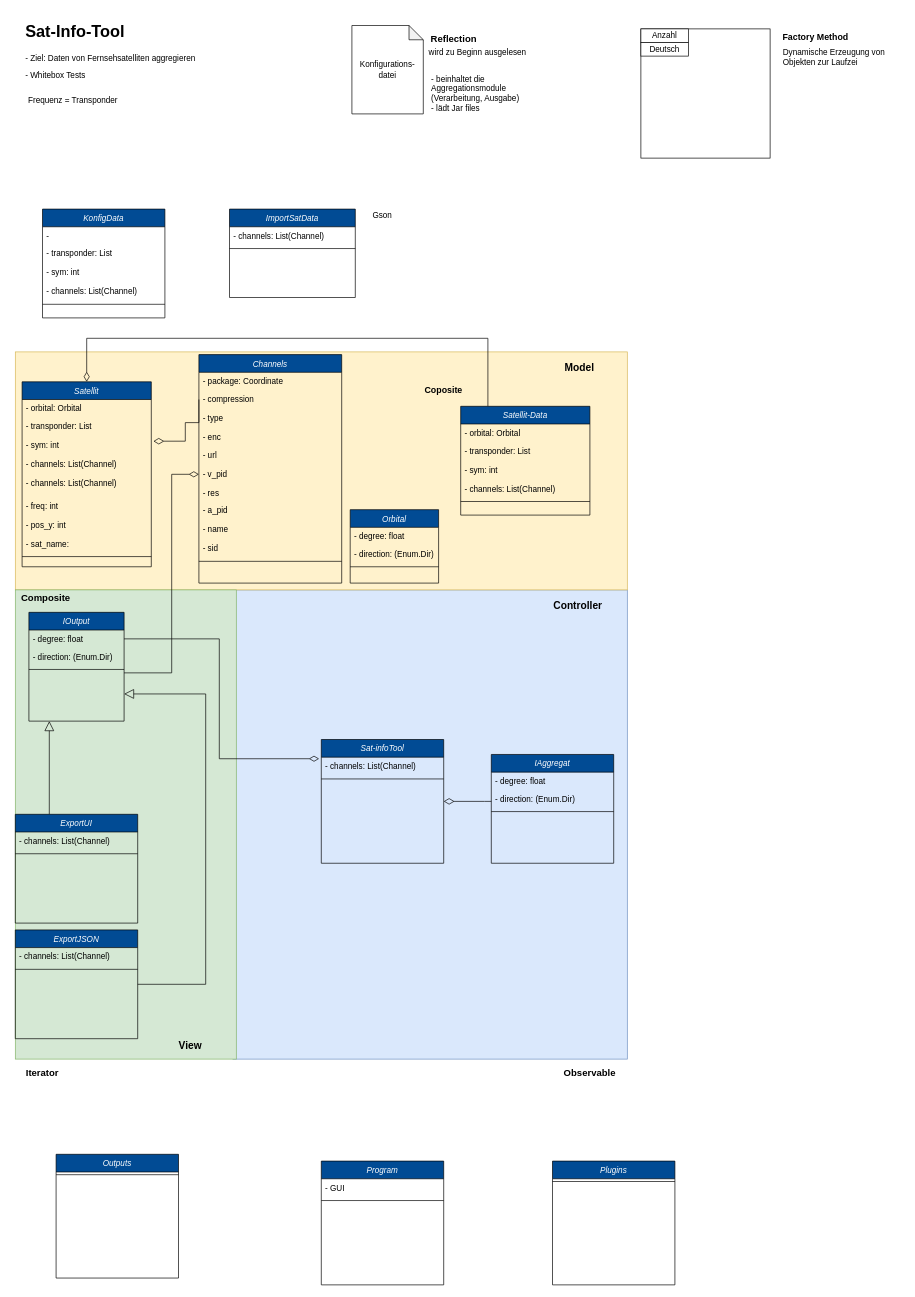
AndelasOne/Sat-Info-Tool keeps this draw.io diagram as Sat-Info-Tool.drawio. Above is the earlier version. Source tidied: cells renumbered, new cells numbered last; positions are measured from the earlier drawing's top-left corner, leaving out a move shared by most shapes. Both pictures are drawn from the tidied source at 68%, with x=0, y=0 at pixel (12, 18).
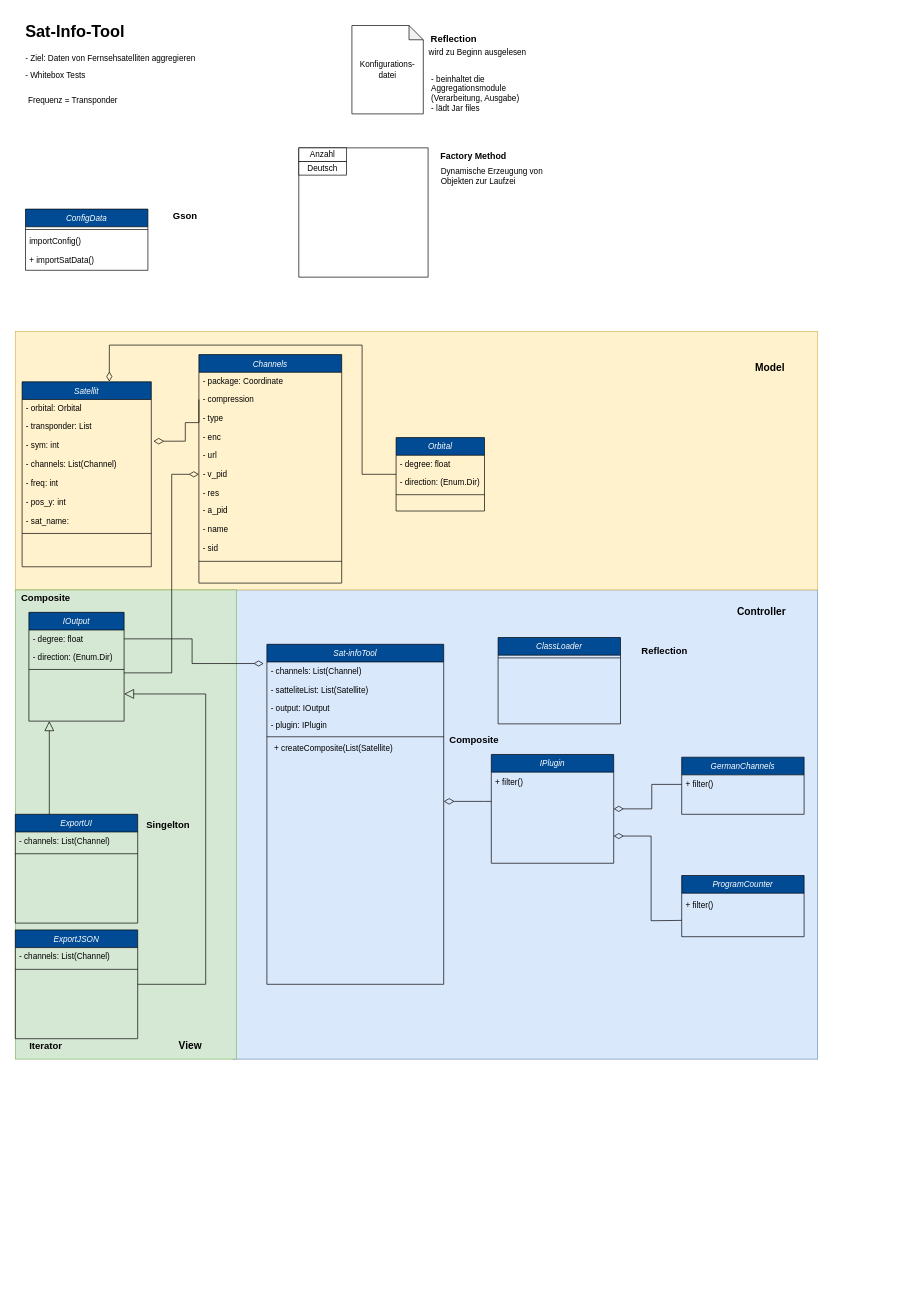
After the change.

Unchanged cells that the change refers to:
```xml
<mxCell id="18" value="Satellit" style="swimlane;fontStyle=2;align=center;verticalAlign=top;horizontal=1;startSize=26;rounded=0;shadow=0;strokeWidth=1;fillColor=#014B94;fontColor=#FFFFFF;" parent="1" vertex="1">
  <mxGeometry x="15" y="534" width="190" height="272" as="geometry" />
</mxCell>
```

Diff of the diagram source:
```diff
@@
     <mxCell id="2" style="rounded=0;whiteSpace=wrap;html=1;fillColor=#dae8fc;strokeColor=#6c8ebf;" parent="1" vertex="1">
-      <mxGeometry x="325" y="840" width="580" height="690" as="geometry" />
+      <mxGeometry x="325" y="840" width="860" height="690" as="geometry" />
     </mxCell>
     <mxCell id="3" style="rounded=0;whiteSpace=wrap;html=1;fillColor=#fff2cc;strokeColor=#d6b656;" parent="1" vertex="1">
-      <mxGeometry x="5" y="490" width="900" height="350" as="geometry" />
+      <mxGeometry x="5" y="460" width="1180" height="380" as="geometry" />
     </mxCell>
@@
-    <mxCell id="23" value="- channels: List(Channel)" style="text;align=left;verticalAlign=top;spacingLeft=4;spacingRight=4;overflow=hidden;rounded=0;shadow=0;html=0;" parent="18" vertex="1">
-      <mxGeometry y="136" width="190" height="34" as="geometry" />
-    </mxCell>
     <mxCell id="24" value="- freq: int" style="text;align=left;verticalAlign=top;spacingLeft=4;spacingRight=4;overflow=hidden;rounded=0;shadow=0;html=0;" parent="18" vertex="1">
-      <mxGeometry y="170" width="190" height="28" as="geometry" />
+      <mxGeometry y="136" width="190" height="28" as="geometry" />
     </mxCell>
     <mxCell id="25" value="- pos_y: int" style="text;align=left;verticalAlign=top;spacingLeft=4;spacingRight=4;overflow=hidden;rounded=0;shadow=0;html=0;" parent="18" vertex="1">
-      <mxGeometry y="198" width="190" height="28" as="geometry" />
+      <mxGeometry y="164" width="190" height="28" as="geometry" />
     </mxCell>
     <mxCell id="26" value="- sat_name:" style="text;align=left;verticalAlign=top;spacingLeft=4;spacingRight=4;overflow=hidden;" parent="18" vertex="1">
-      <mxGeometry y="226" width="190" height="26" as="geometry" />
+      <mxGeometry y="192" width="190" height="26" as="geometry" />
     </mxCell>
     <mxCell id="27" style="line;html=1;strokeWidth=1;align=left;verticalAlign=middle;spacingTop=-1;spacingLeft=3;spacingRight=3;labelPosition=right;" parent="18" vertex="1">
-      <mxGeometry y="252" width="190" height="10" as="geometry" />
+      <mxGeometry y="218" width="190" height="10" as="geometry" />
     </mxCell>
@@
+    <mxCell id="96" style="edgeStyle=orthogonalEdgeStyle;rounded=0;jettySize=auto;html=1;entryX=0.675;entryY=-0.001;entryDx=0;entryDy=0;entryPerimeter=0;endArrow=diamondThin;endFill=0;endSize=12;strokeWidth=1;" parent="1" edge="1" source="29" target="18">
+      <mxGeometry relative="1" as="geometry">
+        <Array as="points">
+          <mxPoint x="515" y="670" />
+          <mxPoint x="515" y="480" />
+          <mxPoint x="143" y="480" />
+        </Array>
+      </mxGeometry>
+    </mxCell>
     <mxCell id="29" value="Orbital" style="swimlane;fontStyle=2;align=center;verticalAlign=top;horizontal=1;startSize=26;rounded=0;shadow=0;strokeWidth=1;fillColor=#014B94;fontColor=#FFFFFF;" parent="1" vertex="1">
-      <mxGeometry x="497.5" y="722" width="130" height="108" as="geometry" />
+      <mxGeometry x="565" y="616" width="130" height="108" as="geometry" />
     </mxCell>
@@
-    <mxCell id="38" value="KonfigData" style="swimlane;fontStyle=2;align=center;verticalAlign=top;horizontal=1;startSize=26;rounded=0;shadow=0;strokeWidth=1;fillColor=#014B94;fontColor=#FFFFFF;" parent="1" vertex="1">
-      <mxGeometry x="45" y="280" width="180" height="160" as="geometry" />
+    <mxCell id="38" value="ConfigData" style="swimlane;fontStyle=2;align=center;verticalAlign=top;horizontal=1;startSize=26;rounded=0;shadow=0;strokeWidth=1;fillColor=#014B94;fontColor=#FFFFFF;" parent="1" vertex="1">
+      <mxGeometry x="20" y="280" width="180" height="90" as="geometry" />
     </mxCell>
-    <mxCell id="39" value="- " style="text;align=left;verticalAlign=top;spacingLeft=4;spacingRight=4;overflow=hidden;" parent="38" vertex="1">
-      <mxGeometry y="26" width="180" height="26" as="geometry" />
-    </mxCell>
-    <mxCell id="40" value="- transponder: List" style="text;align=left;verticalAlign=top;spacingLeft=4;spacingRight=4;overflow=hidden;rounded=0;shadow=0;html=0;" parent="38" vertex="1">
-      <mxGeometry y="52" width="180" height="28" as="geometry" />
-    </mxCell>
-    <mxCell id="41" value="- sym: int" style="text;align=left;verticalAlign=top;spacingLeft=4;spacingRight=4;overflow=hidden;rounded=0;shadow=0;html=0;" parent="38" vertex="1">
-      <mxGeometry y="80" width="180" height="28" as="geometry" />
-    </mxCell>
-    <mxCell id="42" value="- channels: List(Channel)" style="text;align=left;verticalAlign=top;spacingLeft=4;spacingRight=4;overflow=hidden;rounded=0;shadow=0;html=0;" parent="38" vertex="1">
-      <mxGeometry y="108" width="180" height="28" as="geometry" />
-    </mxCell>
     <mxCell id="43" style="line;html=1;strokeWidth=1;align=left;verticalAlign=middle;spacingTop=-1;spacingLeft=3;spacingRight=3;labelPosition=right;" parent="38" vertex="1">
-      <mxGeometry y="136" width="180" height="8" as="geometry" />
+      <mxGeometry y="26" width="180" height="8" as="geometry" />
     </mxCell>
+    <mxCell id="79" value="importConfig()" style="text;align=left;verticalAlign=top;spacingLeft=4;spacingRight=4;overflow=hidden;rounded=0;shadow=0;html=0;" parent="38" vertex="1">
+      <mxGeometry y="34" width="180" height="28" as="geometry" />
+    </mxCell>
+    <mxCell id="97" value="+ importSatData()" style="text;align=left;verticalAlign=top;spacingLeft=4;spacingRight=4;overflow=hidden;rounded=0;shadow=0;html=0;" parent="38" vertex="1">
+      <mxGeometry y="62" width="180" height="28" as="geometry" />
+    </mxCell>
     <mxCell id="44" value="Sat-infoTool" style="swimlane;fontStyle=2;align=center;verticalAlign=top;horizontal=1;startSize=26;rounded=0;shadow=0;strokeWidth=1;fillColor=#014B94;fontColor=#FFFFFF;" parent="1" vertex="1">
-      <mxGeometry x="455" y="1060" width="180" height="182" as="geometry" />
+      <mxGeometry x="375" y="920" width="260" height="500" as="geometry" />
     </mxCell>
     <mxCell id="45" value="- channels: List(Channel)" style="text;align=left;verticalAlign=top;spacingLeft=4;spacingRight=4;overflow=hidden;points=[[0,0.5],[1,0.5]];portConstraint=eastwest;rounded=0;shadow=0;html=0;" parent="44" vertex="1">
-      <mxGeometry y="26" width="180" height="28" as="geometry" />
+      <mxGeometry y="26" width="260" height="28" as="geometry" />
     </mxCell>
+    <mxCell id="57" value="- satteliteList: List(Satellite)" style="text;align=left;verticalAlign=top;spacingLeft=4;spacingRight=4;overflow=hidden;" parent="44" vertex="1">
+      <mxGeometry y="54" width="260" height="26" as="geometry" />
+    </mxCell>
+    <mxCell id="98" value="- output: IOutput" style="text;align=left;verticalAlign=top;spacingLeft=4;spacingRight=4;overflow=hidden;" parent="44" vertex="1">
+      <mxGeometry y="80" width="260" height="26" as="geometry" />
+    </mxCell>
+    <mxCell id="99" value="- plugin: IPlugin" style="text;align=left;verticalAlign=top;spacingLeft=4;spacingRight=4;overflow=hidden;" parent="44" vertex="1">
+      <mxGeometry y="106" width="260" height="26" as="geometry" />
+    </mxCell>
     <mxCell id="46" style="line;html=1;strokeWidth=1;align=left;verticalAlign=middle;spacingTop=-1;spacingLeft=3;spacingRight=3;labelPosition=right;" parent="44" vertex="1">
-      <mxGeometry y="54" width="180" height="8" as="geometry" />
+      <mxGeometry y="132" width="260" height="8" as="geometry" />
     </mxCell>
@@
-    <mxCell id="55" style="edgeStyle=orthogonalEdgeStyle;rounded=0;jettySize=auto;html=1;entryX=0.5;entryY=0;entryDx=0;entryDy=0;endArrow=diamondThin;endFill=0;endSize=12;strokeWidth=1;" parent="1" edge="1" source="56" target="18">
-      <mxGeometry relative="1" as="geometry">
-        <Array as="points">
-          <mxPoint x="700" y="470" />
-          <mxPoint x="110" y="470" />
-        </Array>
-      </mxGeometry>
-    </mxCell>
-    <mxCell id="56" value="Satellit-Data" style="swimlane;fontStyle=2;align=center;verticalAlign=top;horizontal=1;startSize=26;rounded=0;shadow=0;strokeWidth=1;fillColor=#014B94;fontColor=#FFFFFF;" parent="1" vertex="1">
-      <mxGeometry x="660" y="570" width="190" height="160" as="geometry" />
-    </mxCell>
-    <mxCell id="57" value="- orbital: Orbital" style="text;align=left;verticalAlign=top;spacingLeft=4;spacingRight=4;overflow=hidden;" parent="56" vertex="1">
-      <mxGeometry y="26" width="190" height="26" as="geometry" />
-    </mxCell>
-    <mxCell id="58" value="- transponder: List" style="text;align=left;verticalAlign=top;spacingLeft=4;spacingRight=4;overflow=hidden;rounded=0;shadow=0;html=0;" parent="56" vertex="1">
-      <mxGeometry y="52" width="190" height="28" as="geometry" />
-    </mxCell>
-    <mxCell id="59" value="- sym: int" style="text;align=left;verticalAlign=top;spacingLeft=4;spacingRight=4;overflow=hidden;rounded=0;shadow=0;html=0;" parent="56" vertex="1">
-      <mxGeometry y="80" width="190" height="28" as="geometry" />
-    </mxCell>
-    <mxCell id="60" value="- channels: List(Channel)" style="text;align=left;verticalAlign=top;spacingLeft=4;spacingRight=4;overflow=hidden;rounded=0;shadow=0;html=0;" parent="56" vertex="1">
-      <mxGeometry y="108" width="190" height="28" as="geometry" />
-    </mxCell>
-    <mxCell id="61" style="line;html=1;strokeWidth=1;align=left;verticalAlign=middle;spacingTop=-1;spacingLeft=3;spacingRight=3;labelPosition=right;" parent="56" vertex="1">
-      <mxGeometry y="136" width="190" height="8" as="geometry" />
-    </mxCell>
     <mxCell id="62" style="whiteSpace=wrap;html=1;" parent="1" vertex="1">
-      <mxGeometry x="925" y="15" width="190" height="190" as="geometry" />
+      <mxGeometry x="422" y="190" width="190" height="190" as="geometry" />
     </mxCell>
     <mxCell id="63" value="Anzahl" style="rounded=0;whiteSpace=wrap;html=1;" parent="1" vertex="1">
-      <mxGeometry x="925" y="15" width="70" height="20" as="geometry" />
+      <mxGeometry x="422" y="190" width="70" height="20" as="geometry" />
     </mxCell>
     <mxCell id="64" value="Deutsch" style="rounded=0;whiteSpace=wrap;html=1;" parent="1" vertex="1">
-      <mxGeometry x="925" y="35" width="70" height="20" as="geometry" />
+      <mxGeometry x="422" y="210" width="70" height="20" as="geometry" />
     </mxCell>
-    <mxCell id="65" value="&lt;b&gt;&lt;font style=&quot;font-size: 13px&quot;&gt;Coposite&lt;/font&gt;&lt;/b&gt;" style="text;html=1;strokeColor=none;fillColor=none;align=center;verticalAlign=middle;whiteSpace=wrap;rounded=0;" parent="1" vertex="1">
-      <mxGeometry x="585" y="534" width="100" height="24" as="geometry" />
-    </mxCell>
     <mxCell id="66" value="&lt;b&gt;&lt;font style=&quot;font-size: 13px&quot;&gt;Factory Method&lt;/font&gt;&lt;/b&gt;" style="text;html=1;strokeColor=none;fillColor=none;align=center;verticalAlign=middle;whiteSpace=wrap;rounded=0;" parent="1" vertex="1">
-      <mxGeometry x="1132" y="15" width="100" height="24" as="geometry" />
+      <mxGeometry x="629" y="190" width="100" height="24" as="geometry" />
     </mxCell>
     <mxCell id="67" value="Dynamische Erzeugung von Objekten zur Laufzei" style="text;html=1;strokeColor=none;fillColor=none;align=left;verticalAlign=middle;whiteSpace=wrap;rounded=0;" parent="1" vertex="1">
-      <mxGeometry x="1132" y="35" width="180" height="44" as="geometry" />
+      <mxGeometry x="629" y="210" width="180" height="44" as="geometry" />
     </mxCell>
@@
-    <mxCell id="73" value="IAggregat" style="swimlane;fontStyle=2;align=center;verticalAlign=top;horizontal=1;startSize=26;rounded=0;shadow=0;strokeWidth=1;fillColor=#014B94;fontColor=#FFFFFF;" parent="1" vertex="1">
+    <mxCell id="73" value="IPlugin" style="swimlane;fontStyle=2;align=center;verticalAlign=top;horizontal=1;startSize=26;rounded=0;shadow=0;strokeWidth=1;fillColor=#014B94;fontColor=#FFFFFF;" parent="1" vertex="1">
       <mxGeometry x="705" y="1082" width="180" height="160" as="geometry" />
     </mxCell>
-    <mxCell id="74" value="- degree: float" style="text;align=left;verticalAlign=top;spacingLeft=4;spacingRight=4;overflow=hidden;" parent="73" vertex="1">
-      <mxGeometry y="26" width="180" height="26" as="geometry" />
-    </mxCell>
-    <mxCell id="75" value="- direction: (Enum.Dir)" style="text;align=left;verticalAlign=top;spacingLeft=4;spacingRight=4;overflow=hidden;points=[[0,0.5],[1,0.5]];portConstraint=eastwest;rounded=0;shadow=0;html=0;" parent="73" vertex="1">
-      <mxGeometry y="52" width="180" height="28" as="geometry" />
-    </mxCell>
-    <mxCell id="76" style="line;html=1;strokeWidth=1;align=left;verticalAlign=middle;spacingTop=-1;spacingLeft=3;spacingRight=3;labelPosition=right;" parent="73" vertex="1">
-      <mxGeometry y="80" width="180" height="8" as="geometry" />
-    </mxCell>
-    <mxCell id="77" value="Gson" style="text;html=1;strokeColor=none;fillColor=none;align=center;verticalAlign=middle;whiteSpace=wrap;rounded=0;" parent="1" vertex="1">
-      <mxGeometry x="525" y="280" width="40" height="20" as="geometry" />
+    <mxCell id="77" value="&lt;b&gt;&lt;font style=&quot;font-size: 14px&quot;&gt;Gson&lt;/font&gt;&lt;/b&gt;" style="text;html=1;strokeColor=none;fillColor=none;align=center;verticalAlign=middle;whiteSpace=wrap;rounded=0;" parent="1" vertex="1">
+      <mxGeometry x="235" y="280" width="40" height="20" as="geometry" />
     </mxCell>
-    <mxCell id="78" value="ImportSatData&#10;" style="swimlane;fontStyle=2;align=center;verticalAlign=top;horizontal=1;startSize=26;rounded=0;shadow=0;strokeWidth=1;fillColor=#014B94;fontColor=#FFFFFF;" parent="1" vertex="1">
-      <mxGeometry x="320" y="280" width="185" height="130" as="geometry" />
-    </mxCell>
-    <mxCell id="79" value="- channels: List(Channel)" style="text;align=left;verticalAlign=top;spacingLeft=4;spacingRight=4;overflow=hidden;rounded=0;shadow=0;html=0;" parent="78" vertex="1">
-      <mxGeometry y="26" width="185" height="28" as="geometry" />
-    </mxCell>
-    <mxCell id="80" style="line;html=1;strokeWidth=1;align=left;verticalAlign=middle;spacingTop=-1;spacingLeft=3;spacingRight=3;labelPosition=right;" parent="78" vertex="1">
-      <mxGeometry y="54" width="185" height="8" as="geometry" />
-    </mxCell>
     <mxCell id="81" value="&lt;font style=&quot;font-size: 15px&quot;&gt;&lt;b&gt;Controller&lt;/b&gt;&lt;/font&gt;" style="text;html=1;strokeColor=none;fillColor=none;align=center;verticalAlign=middle;whiteSpace=wrap;rounded=0;" parent="1" vertex="1">
-      <mxGeometry x="735" y="853" width="195" height="20" as="geometry" />
+      <mxGeometry x="1005" y="862" width="195" height="20" as="geometry" />
     </mxCell>
@@
     <mxCell id="83" value="&lt;span style=&quot;font-size: 15px&quot;&gt;&lt;b&gt;Model&lt;/b&gt;&lt;/span&gt;" style="text;html=1;strokeColor=none;fillColor=none;align=center;verticalAlign=middle;whiteSpace=wrap;rounded=0;" parent="1" vertex="1">
-      <mxGeometry x="765" y="502" width="140" height="20" as="geometry" />
+      <mxGeometry x="1045" y="502" width="140" height="20" as="geometry" />
     </mxCell>
@@
-    <mxCell id="85" value="&lt;span style=&quot;font-size: 14px&quot;&gt;&lt;b&gt;Observable&lt;/b&gt;&lt;/span&gt;" style="text;html=1;strokeColor=none;fillColor=none;align=center;verticalAlign=middle;whiteSpace=wrap;rounded=0;" parent="1" vertex="1">
-      <mxGeometry x="805" y="1540" width="90" height="20" as="geometry" />
-    </mxCell>
     <mxCell id="86" value="&lt;b&gt;&lt;font style=&quot;font-size: 14px&quot;&gt;Iterator&lt;/font&gt;&lt;/b&gt;" style="text;html=1;strokeColor=none;fillColor=none;align=center;verticalAlign=middle;whiteSpace=wrap;rounded=0;" parent="1" vertex="1">
-      <mxGeometry y="1540" width="90" height="20" as="geometry" />
+      <mxGeometry x="5" y="1500" width="90" height="20" as="geometry" />
     </mxCell>
@@
-    <mxCell id="88" style="edgeStyle=orthogonalEdgeStyle;rounded=0;jumpSize=11;jettySize=auto;html=1;entryX=1;entryY=0.5;entryDx=0;entryDy=0;endArrow=diamondThin;endFill=0;targetPerimeterSpacing=5;strokeWidth=1;sourcePerimeterSpacing=0;endSize=13;" parent="1" edge="1" source="75" target="44">
+    <mxCell id="88" style="edgeStyle=orthogonalEdgeStyle;rounded=0;jumpSize=11;orthogonalLoop=1;jettySize=auto;html=1;endArrow=diamondThin;endFill=0;targetPerimeterSpacing=5;strokeWidth=1;sourcePerimeterSpacing=0;endSize=13;" parent="1" edge="1">
       <mxGeometry relative="1" as="geometry">
+        <mxPoint x="705" y="1151" as="sourcePoint" />
+        <mxPoint x="635" y="1151" as="targetPoint" />
         <Array as="points">
           <mxPoint x="695" y="1151" />
           <mxPoint x="695" y="1151" />
         </Array>
       </mxGeometry>
     </mxCell>
-    <mxCell id="89" value="Program" style="swimlane;fontStyle=2;align=center;verticalAlign=top;horizontal=1;startSize=26;rounded=0;shadow=0;strokeWidth=1;fillColor=#014B94;fontColor=#FFFFFF;" parent="1" vertex="1">
-      <mxGeometry x="455" y="1680" width="180" height="182" as="geometry" />
-    </mxCell>
-    <mxCell id="90" value="- GUI" style="text;align=left;verticalAlign=top;spacingLeft=4;spacingRight=4;overflow=hidden;rounded=0;shadow=0;html=0;" parent="89" vertex="1">
-      <mxGeometry y="26" width="180" height="28" as="geometry" />
-    </mxCell>
-    <mxCell id="91" style="line;html=1;strokeWidth=1;align=left;verticalAlign=middle;spacingTop=-1;spacingLeft=3;spacingRight=3;labelPosition=right;" parent="89" vertex="1">
-      <mxGeometry y="54" width="180" height="8" as="geometry" />
-    </mxCell>
-    <mxCell id="92" value="Plugins" style="swimlane;fontStyle=2;align=center;verticalAlign=top;horizontal=1;startSize=26;rounded=0;shadow=0;strokeWidth=1;fillColor=#014B94;fontColor=#FFFFFF;" parent="1" vertex="1">
-      <mxGeometry x="795" y="1680" width="180" height="182" as="geometry" />
+    <mxCell id="92" value="ClassLoader" style="swimlane;fontStyle=2;align=center;verticalAlign=top;horizontal=1;startSize=26;rounded=0;shadow=0;strokeWidth=1;fillColor=#014B94;fontColor=#FFFFFF;" parent="1" vertex="1">
+      <mxGeometry x="715" y="910" width="180" height="127" as="geometry" />
     </mxCell>
@@
-    <mxCell id="94" value="Outputs" style="swimlane;fontStyle=2;align=center;verticalAlign=top;horizontal=1;startSize=26;rounded=0;shadow=0;strokeWidth=1;fillColor=#014B94;fontColor=#FFFFFF;" parent="1" vertex="1">
-      <mxGeometry x="65" y="1670" width="180" height="182" as="geometry" />
-    </mxCell>
-    <mxCell id="95" style="line;html=1;strokeWidth=1;align=left;verticalAlign=middle;spacingTop=-1;spacingLeft=3;spacingRight=3;labelPosition=right;" parent="94" vertex="1">
-      <mxGeometry y="26" width="180" height="8" as="geometry" />
-    </mxCell>
+    <mxCell id="100" value="&lt;b&gt;&lt;font style=&quot;font-size: 14px&quot;&gt;Composite&lt;/font&gt;&lt;/b&gt;" style="text;html=1;strokeColor=none;fillColor=none;align=center;verticalAlign=middle;whiteSpace=wrap;rounded=0;" parent="1" vertex="1">
+      <mxGeometry x="635" y="1050" width="90" height="20" as="geometry" />
+    </mxCell>
+    <mxCell id="101" value="GermanChannels" style="swimlane;fontStyle=2;align=center;verticalAlign=top;horizontal=1;startSize=26;rounded=0;shadow=0;strokeWidth=1;fillColor=#014B94;fontColor=#FFFFFF;" parent="1" vertex="1">
+      <mxGeometry x="985" y="1086" width="180" height="84" as="geometry" />
+    </mxCell>
+    <mxCell id="102" value="+ filter()" style="text;align=left;verticalAlign=top;spacingLeft=4;spacingRight=4;overflow=hidden;" parent="101" vertex="1">
+      <mxGeometry y="26" width="180" height="26" as="geometry" />
+    </mxCell>
+    <mxCell id="103" value="ProgramCounter" style="swimlane;fontStyle=2;align=center;verticalAlign=top;horizontal=1;startSize=26;rounded=0;shadow=0;strokeWidth=1;fillColor=#014B94;fontColor=#FFFFFF;" parent="1" vertex="1">
+      <mxGeometry x="985" y="1260" width="180" height="90" as="geometry" />
+    </mxCell>
+    <mxCell id="104" style="edgeStyle=orthogonalEdgeStyle;rounded=0;jettySize=auto;html=1;endSize=12;endArrow=diamondThin;endFill=0;entryX=1;entryY=0.5;entryDx=0;entryDy=0;" parent="1" edge="1" target="73">
+      <mxGeometry relative="1" as="geometry">
+        <mxPoint x="985" y="1126" as="sourcePoint" />
+        <Array as="points">
+          <mxPoint x="941" y="1126" />
+          <mxPoint x="941" y="1162" />
+        </Array>
+      </mxGeometry>
+    </mxCell>
+    <mxCell id="105" style="edgeStyle=orthogonalEdgeStyle;rounded=0;jettySize=auto;html=1;exitX=0;exitY=0.5;exitDx=0;exitDy=0;entryX=1;entryY=0.75;entryDx=0;entryDy=0;endArrow=diamondThin;endFill=0;strokeWidth=1;endSize=12;" parent="1" edge="1" target="73">
+      <mxGeometry relative="1" as="geometry">
+        <mxPoint x="985" y="1326" as="sourcePoint" />
+      </mxGeometry>
+    </mxCell>
+    <mxCell id="106" value="+ createComposite(List(Satellite)" style="text;align=left;verticalAlign=top;spacingLeft=4;spacingRight=4;overflow=hidden;" parent="1" vertex="1">
+      <mxGeometry x="380" y="1060" width="250" height="26" as="geometry" />
+    </mxCell>
+    <mxCell id="107" value="+ filter()" style="text;align=left;verticalAlign=top;spacingLeft=4;spacingRight=4;overflow=hidden;rounded=0;shadow=0;html=0;" parent="1" vertex="1">
+      <mxGeometry x="705" y="1110" width="180" height="28" as="geometry" />
+    </mxCell>
+    <mxCell id="108" value="+ filter()" style="text;align=left;verticalAlign=top;spacingLeft=4;spacingRight=4;overflow=hidden;" parent="1" vertex="1">
+      <mxGeometry x="985" y="1290" width="180" height="26" as="geometry" />
+    </mxCell>
+    <mxCell id="109" value="&lt;b&gt;&lt;font style=&quot;font-size: 14px&quot;&gt;Singelton&lt;/font&gt;&lt;/b&gt;" style="text;html=1;strokeColor=none;fillColor=none;align=center;verticalAlign=middle;whiteSpace=wrap;rounded=0;" parent="1" vertex="1">
+      <mxGeometry x="185" y="1175" width="90" height="20" as="geometry" />
+    </mxCell>
+    <mxCell id="110" value="&lt;b&gt;&lt;font style=&quot;font-size: 14px&quot;&gt;Reflection&lt;/font&gt;&lt;/b&gt;" style="text;html=1;strokeColor=none;fillColor=none;align=center;verticalAlign=middle;whiteSpace=wrap;rounded=0;" parent="1" vertex="1">
+      <mxGeometry x="915" y="920" width="90" height="20" as="geometry" />
+    </mxCell>
```
